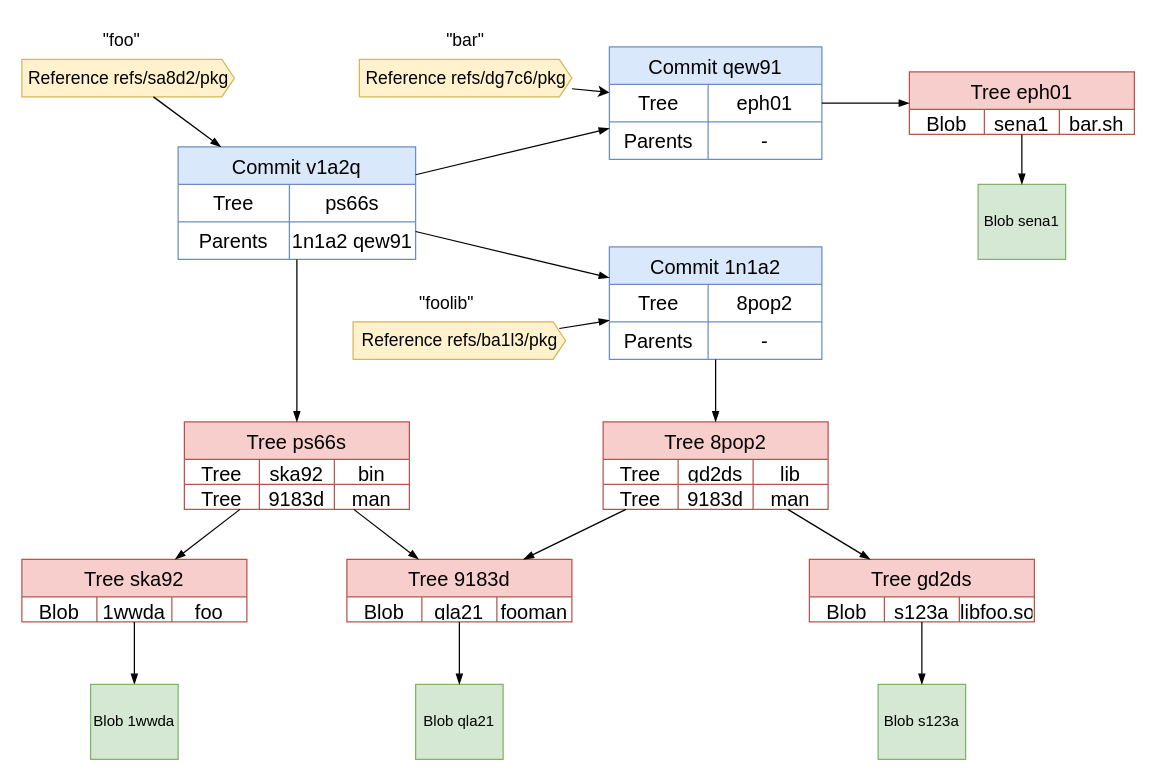
EphraimSiegfried/bachelor-thesis keeps this draw.io diagram as thesis/src/diagrams/gachix-git-model.drawio. Above is the earlier version. Source tidied: cells renumbered, new cells numbered last; positions are measured from the earlier drawing's top-left corner, leaving out a move shared by most shapes. Both pictures are drawn from the tidied source at 125%, with x=0, y=0 at pixel (21, 21).
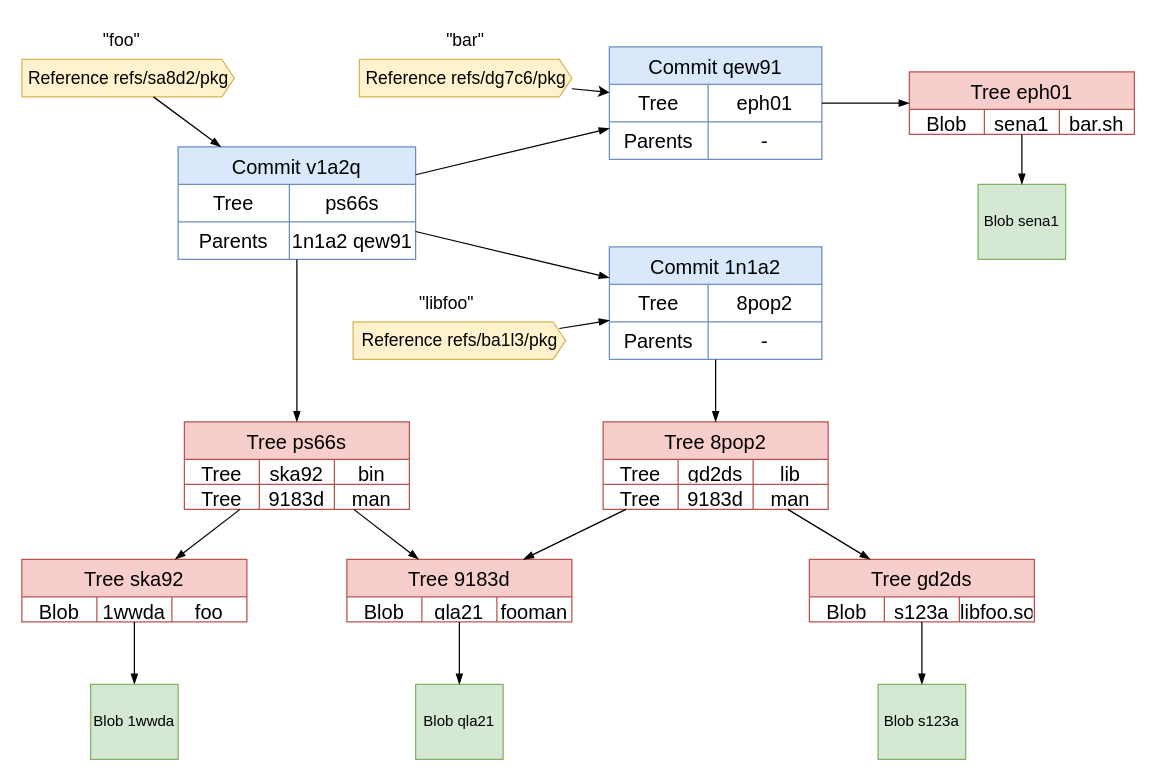
The same page after the edit.

The edit, as a diff of the source:
```diff
@@
-    <mxCell id="81" value="&lt;font style=&quot;font-size: 14px;&quot;&gt;&quot;foolib&quot;&lt;/font&gt;" style="text;html=1;whiteSpace=wrap;strokeColor=none;fillColor=none;align=center;verticalAlign=middle;rounded=0;" parent="1" vertex="1">
+    <mxCell id="81" value="&lt;font style=&quot;font-size: 14px;&quot;&gt;&quot;libfoo&quot;&lt;/font&gt;" style="text;html=1;whiteSpace=wrap;strokeColor=none;fillColor=none;align=center;verticalAlign=middle;rounded=0;" parent="1" vertex="1">
       <mxGeometry x="310" y="210" width="60" height="30" as="geometry" />
     </mxCell>
```
